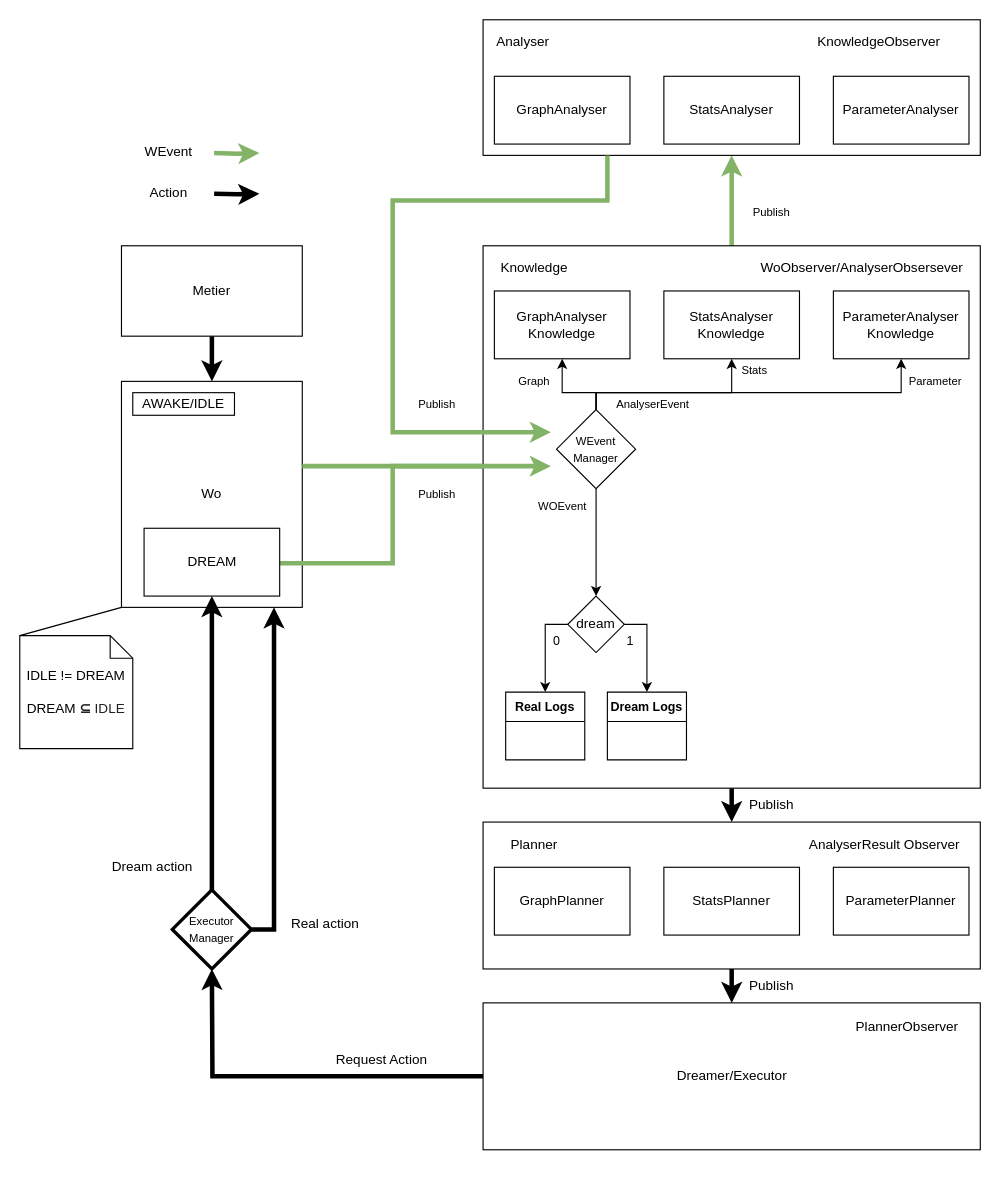
Before: fig/drawio/meta_model.drawio in Sylv-Lej/thesis-separation-concerns, a draw.io diagram. Source tidied: cells renumbered, new cells numbered last; positions are measured from the earlier drawing's top-left corner, leaving out a move shared by most shapes. Both pictures are drawn from the tidied source at 113%, with x=0, y=0 at pixel (19, 19).
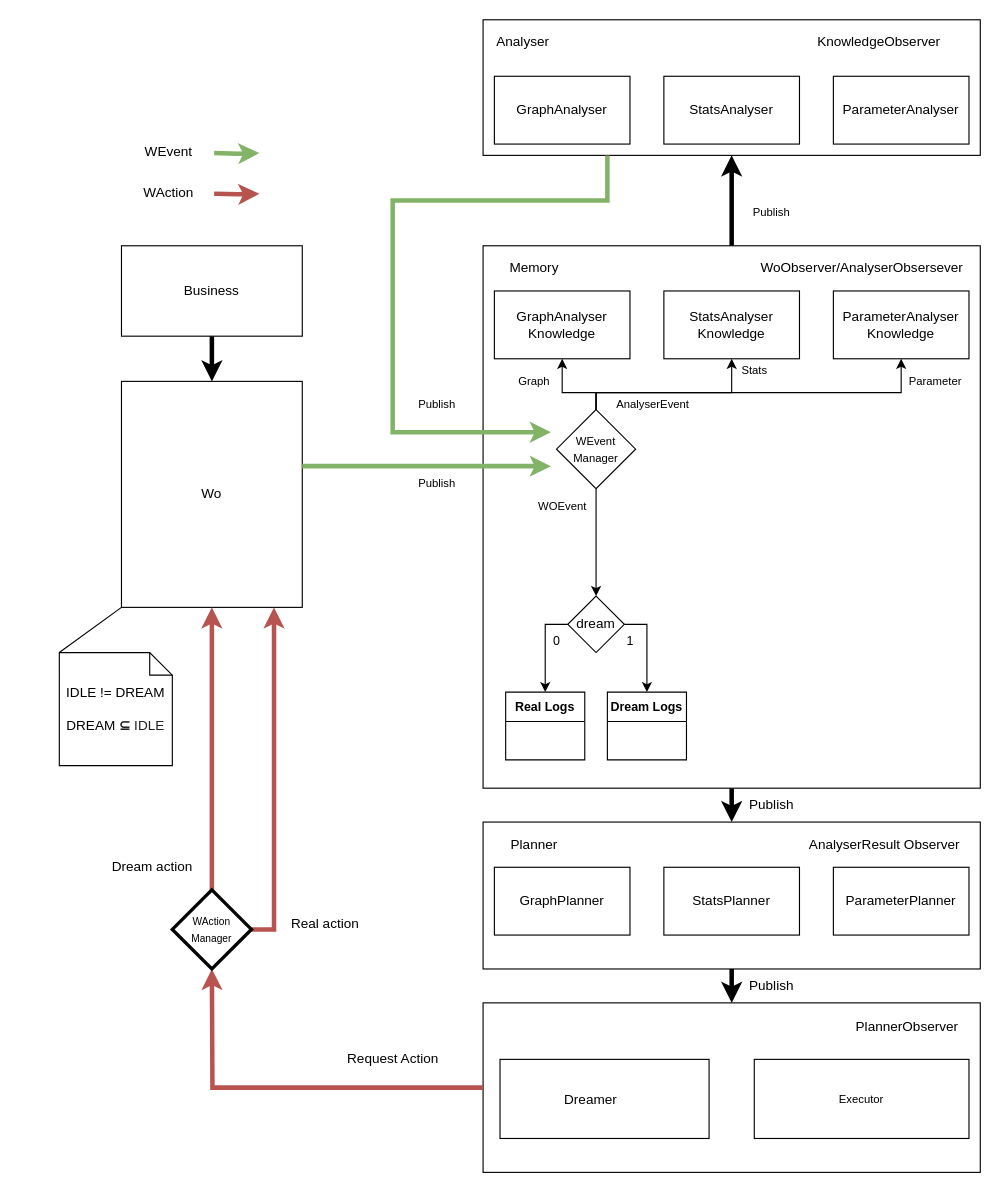
After the change.

Unchanged cells that the change refers to:
```xml
<mxCell id="2" value="Wo" style="rounded=0;whiteSpace=wrap;html=1;" parent="1" vertex="1">
  <mxGeometry x="90" y="320" width="160" height="200" as="geometry" />
</mxCell>
<mxCell id="11" style="rounded=0;whiteSpace=wrap;html=1;" parent="1" vertex="1">
  <mxGeometry x="410" y="200" width="440" height="480" as="geometry" />
</mxCell>
<mxCell id="13" style="rounded=0;whiteSpace=wrap;html=1;" parent="1" vertex="1">
  <mxGeometry x="410" width="440" height="120" as="geometry" />
</mxCell>
<mxCell id="37" value="&lt;font style=&quot;font-size: 10px&quot;&gt;WEvent&lt;br&gt;Manager&lt;/font&gt;" style="rhombus;whiteSpace=wrap;html=1;fontSize=12;" parent="1" vertex="1">
  <mxGeometry x="475" y="345" width="70" height="70" as="geometry" />
</mxCell>
```

The edit, as a diff of the source:
```diff
@@
+    <mxCell id="70" style="rounded=0;whiteSpace=wrap;html=1;fontSize=10;" parent="1" vertex="1">
+      <mxGeometry x="410" y="870" width="440" height="150" as="geometry" />
+    </mxCell>
@@
-    <mxCell id="3" style="edgeStyle=orthogonalEdgeStyle;rounded=0;jettySize=auto;html=1;exitX=1;exitY=0.5;exitDx=0;exitDy=0;strokeWidth=4;fillColor=#d5e8d4;strokeColor=#82b366;entryX=0;entryY=0.5;entryDx=0;entryDy=0;" parent="1" edge="1" target="37">
-      <mxGeometry relative="1" as="geometry">
-        <mxPoint x="230" y="481" as="sourcePoint" />
-        <Array as="points">
-          <mxPoint x="330" y="481" />
-          <mxPoint x="330" y="395" />
-        </Array>
-      </mxGeometry>
-    </mxCell>
-    <mxCell id="4" style="rounded=0;whiteSpace=wrap;html=1;" parent="1" vertex="1">
-      <mxGeometry x="110" y="450" width="120" height="60" as="geometry" />
-    </mxCell>
     <mxCell id="5" value="&lt;font style=&quot;font-size: 12px&quot;&gt;IDLE != DREAM&lt;br&gt;&lt;br&gt;DREAM&amp;nbsp;&lt;span style=&quot;color: rgb(32 , 33 , 36) ; font-family: &amp;#34;arial&amp;#34; , sans-serif ; text-align: left ; background-color: rgb(255 , 255 , 255)&quot;&gt;&lt;b&gt;⊆&lt;/b&gt; IDLE&lt;/span&gt;&lt;/font&gt;" style="shape=note;size=20;whiteSpace=wrap;html=1;" parent="1" vertex="1">
-      <mxGeometry y="545" width="100" height="100" as="geometry" />
+      <mxGeometry x="35" y="560" width="100" height="100" as="geometry" />
     </mxCell>
-    <mxCell id="6" value="AWAKE/IDLE" style="rounded=0;whiteSpace=wrap;html=1;" parent="1" vertex="1">
-      <mxGeometry x="100" y="330" width="90" height="20" as="geometry" />
-    </mxCell>
@@
-    <mxCell id="8" value="Metier" style="rounded=0;whiteSpace=wrap;html=1;" parent="1" vertex="1">
+    <mxCell id="8" value="Business" style="rounded=0;whiteSpace=wrap;html=1;" parent="1" vertex="1">
       <mxGeometry x="90" y="200" width="160" height="80" as="geometry" />
     </mxCell>
-    <mxCell id="9" style="edgeStyle=orthogonalEdgeStyle;rounded=0;jettySize=auto;html=1;exitX=0.5;exitY=0;exitDx=0;exitDy=0;entryX=0.5;entryY=1;entryDx=0;entryDy=0;fontSize=30;strokeWidth=4;fillColor=#d5e8d4;strokeColor=#82b366;" parent="1" edge="1" source="11" target="13">
+    <mxCell id="9" style="edgeStyle=orthogonalEdgeStyle;rounded=0;jettySize=auto;html=1;exitX=0.5;exitY=0;exitDx=0;exitDy=0;entryX=0.5;entryY=1;entryDx=0;entryDy=0;fontSize=30;strokeWidth=4;fillColor=#d5e8d4;strokeColor=#000000;" parent="1" edge="1" source="11" target="13">
       <mxGeometry relative="1" as="geometry" />
     </mxCell>
@@
-    <mxCell id="12" value="Knowledge" style="text;html=1;align=center;verticalAlign=middle;strokeColor=none;fillColor=none;" parent="1" vertex="1">
-      <mxGeometry x="420" y="210" width="70" height="20" as="geometry" />
+    <mxCell id="12" value="Memory" style="text;html=1;align=center;verticalAlign=middle;strokeColor=none;fillColor=none;" parent="1" vertex="1">
+      <mxGeometry x="425" y="210" width="60" height="20" as="geometry" />
     </mxCell>
@@
-    <mxCell id="32" style="endArrow=none;html=1;rounded=0;fontSize=11;strokeWidth=1;entryX=0;entryY=1;entryDx=0;entryDy=0;" parent="1" edge="1" target="2">
-      <mxGeometry relative="1" as="geometry">
-        <mxPoint y="545" as="sourcePoint" />
-      </mxGeometry>
+    <mxCell id="32" style="endArrow=none;html=1;rounded=0;fontSize=11;strokeWidth=1;entryX=0;entryY=1;entryDx=0;entryDy=0;exitX=0;exitY=0;exitDx=0;exitDy=0;exitPerimeter=0;" parent="1" edge="1" source="5" target="2">
+      <mxGeometry relative="1" as="geometry" />
     </mxCell>
@@
-    <mxCell id="43" style="edgeStyle=orthogonalEdgeStyle;rounded=0;jettySize=auto;html=1;fontSize=10;strokeColor=#000000;strokeWidth=4;" parent="1" edge="1" source="44">
+    <mxCell id="43" style="edgeStyle=orthogonalEdgeStyle;rounded=0;jettySize=auto;html=1;fontSize=10;strokeColor=#b85450;strokeWidth=4;exitX=0;exitY=0.5;exitDx=0;exitDy=0;fillColor=#f8cecc;" parent="1" edge="1" source="70">
       <mxGeometry relative="1" as="geometry">
         <mxPoint x="170" y="840" as="targetPoint" />
       </mxGeometry>
     </mxCell>
-    <mxCell id="44" style="rounded=0;whiteSpace=wrap;html=1;fontSize=10;" parent="1" vertex="1">
-      <mxGeometry x="410" y="870" width="440" height="130" as="geometry" />
-    </mxCell>
@@
-    <mxCell id="46" value="Action" style="text;html=1;strokeColor=none;fillColor=none;align=center;verticalAlign=middle;whiteSpace=wrap;rounded=0;" parent="1" vertex="1">
+    <mxCell id="46" value="WAction" style="text;html=1;strokeColor=none;fillColor=none;align=center;verticalAlign=middle;whiteSpace=wrap;rounded=0;" parent="1" vertex="1">
       <mxGeometry x="102" y="138" width="60" height="30" as="geometry" />
     </mxCell>
-    <mxCell id="47" style="edgeStyle=orthogonalEdgeStyle;rounded=0;orthogonalLoop=1;jettySize=auto;html=1;strokeWidth=4;fillColor=#d5e8d4;strokeColor=#000000;" parent="1" edge="1">
+    <mxCell id="47" style="edgeStyle=orthogonalEdgeStyle;rounded=0;orthogonalLoop=1;jettySize=auto;html=1;strokeWidth=4;fillColor=#f8cecc;strokeColor=#b85450;" parent="1" edge="1">
       <mxGeometry relative="1" as="geometry">
         <mxPoint x="172" y="154" as="sourcePoint" />
         <mxPoint x="212" y="154" as="targetPoint" />
       </mxGeometry>
     </mxCell>
@@
     <mxCell id="49" value="Publish" style="text;html=1;align=center;verticalAlign=middle;strokeColor=none;fillColor=none;fontSize=10;" parent="1" vertex="1">
-      <mxGeometry x="344" y="410" width="50" height="20" as="geometry" />
+      <mxGeometry x="344" y="400" width="50" height="20" as="geometry" />
     </mxCell>
     <mxCell id="50" value="&lt;font style=&quot;font-size: 12px&quot;&gt;Request Action&lt;/font&gt;" style="text;html=1;align=center;verticalAlign=middle;strokeColor=none;fillColor=none;fontSize=10;" parent="1" vertex="1">
-      <mxGeometry x="270" y="911" width="100" height="20" as="geometry" />
+      <mxGeometry x="280" y="910" width="100" height="20" as="geometry" />
     </mxCell>
@@
-    <mxCell id="52" value="Dreamer/Executor" style="text;html=1;align=center;verticalAlign=middle;strokeColor=none;fillColor=none;" parent="1" vertex="1">
-      <mxGeometry x="575" y="925" width="110" height="20" as="geometry" />
-    </mxCell>
@@
-    <mxCell id="62" style="edgeStyle=orthogonalEdgeStyle;rounded=0;jettySize=auto;html=1;entryX=0.5;entryY=1;entryDx=0;entryDy=0;startArrow=none;startFill=0;endArrow=classic;endFill=1;strokeWidth=4;" parent="1" edge="1" source="64" target="4">
-      <mxGeometry relative="1" as="geometry" />
+    <mxCell id="62" style="edgeStyle=orthogonalEdgeStyle;rounded=0;jettySize=auto;html=1;startArrow=none;startFill=0;endArrow=classic;endFill=1;strokeWidth=4;fillColor=#f8cecc;strokeColor=#b85450;" parent="1" edge="1" source="64">
+      <mxGeometry relative="1" as="geometry">
+        <mxPoint x="170" y="520" as="targetPoint" />
+      </mxGeometry>
     </mxCell>
-    <mxCell id="63" style="edgeStyle=orthogonalEdgeStyle;rounded=0;jettySize=auto;html=1;exitX=1;exitY=0.5;exitDx=0;exitDy=0;startArrow=none;startFill=0;endArrow=classic;endFill=1;strokeWidth=4;" parent="1" edge="1" source="64">
+    <mxCell id="63" style="edgeStyle=orthogonalEdgeStyle;rounded=0;jettySize=auto;html=1;exitX=1;exitY=0.5;exitDx=0;exitDy=0;startArrow=none;startFill=0;endArrow=classic;endFill=1;strokeWidth=4;fillColor=#f8cecc;strokeColor=#b85450;" parent="1" edge="1" source="64">
       <mxGeometry relative="1" as="geometry">
         <mxPoint x="225" y="520" as="targetPoint" />
         <Array as="points">
           <mxPoint x="225" y="805" />
         </Array>
       </mxGeometry>
     </mxCell>
-    <mxCell id="64" value="&lt;font style=&quot;font-size: 10px&quot;&gt;Executor&lt;br&gt;Manager&lt;/font&gt;" style="rhombus;whiteSpace=wrap;html=1;fontSize=12;strokeWidth=3;" parent="1" vertex="1">
+    <mxCell id="64" value="&lt;font style=&quot;font-size: 9px&quot;&gt;WAction&lt;br&gt;Manager&lt;/font&gt;" style="rhombus;whiteSpace=wrap;html=1;fontSize=12;strokeWidth=3;" parent="1" vertex="1">
       <mxGeometry x="135" y="770" width="70" height="70" as="geometry" />
     </mxCell>
@@
-    <mxCell id="69" value="DREAM" style="text;html=1;align=center;verticalAlign=middle;strokeColor=none;" parent="1" vertex="1">
-      <mxGeometry x="140" y="470" width="60" height="20" as="geometry" />
-    </mxCell>
+    <mxCell id="71" style="group;" parent="1" vertex="1">
+      <mxGeometry x="425" y="920" width="185" height="70" as="geometry" />
+    </mxCell>
+    <mxCell id="44" style="rounded=0;whiteSpace=wrap;html=1;fontSize=10;" parent="71" vertex="1">
+      <mxGeometry width="185" height="70" as="geometry" />
+    </mxCell>
+    <mxCell id="52" value="Dreamer" style="text;html=1;align=center;verticalAlign=middle;strokeColor=none;fillColor=none;" parent="71" vertex="1">
+      <mxGeometry x="49.8" y="26.2" width="60" height="20" as="geometry" />
+    </mxCell>
+    <mxCell id="72" value="Executor" style="rounded=0;whiteSpace=wrap;html=1;fontSize=10;" parent="1" vertex="1">
+      <mxGeometry x="650" y="920" width="190" height="70" as="geometry" />
+    </mxCell>
```
